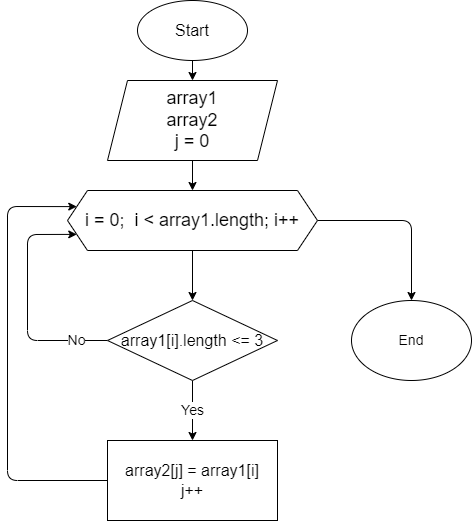
Earlier version of the draw.io export FinalSort.drawio.png (Pythoncheg/FinalWork). Source tidied: cells renumbered, new cells last; positions are measured from the earlier drawing's top-left corner, leaving out a move shared by most shapes.
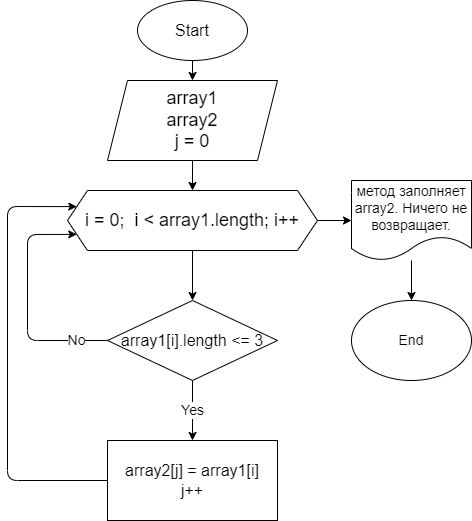
After the commit.

Commit message:
Финальные правки. Решил задачу

Change to the diagram source:
```diff
@@ -17,13 +17,9 @@
     <mxCell id="6" style="edgeStyle=none;html=1;fontSize=18;" parent="1" edge="1" source="8" target="11">
       <mxGeometry relative="1" as="geometry" />
     </mxCell>
-    <mxCell id="7" style="edgeStyle=none;html=1;exitX=1;exitY=0.5;exitDx=0;exitDy=0;entryX=0.5;entryY=0;entryDx=0;entryDy=0;fontSize=14;" parent="1" edge="1" source="8" target="14">
-      <mxGeometry relative="1" as="geometry">
-        <Array as="points">
-          <mxPoint x="404" y="220" />
-        </Array>
-      </mxGeometry>
-    </mxCell>
+    <mxCell id="15" style="edgeStyle=none;html=1;fontSize=14;" parent="1" edge="1" source="8" target="17">
+      <mxGeometry relative="1" as="geometry" />
+    </mxCell>
     <mxCell id="8" value="&lt;font style=&quot;font-size: 18px&quot;&gt;i = 0;&amp;nbsp; i &amp;lt; array1.length; i++&lt;/font&gt;" style="shape=hexagon;perimeter=hexagonPerimeter2;whiteSpace=wrap;html=1;fixedSize=1;" parent="1" vertex="1">
       <mxGeometry x="60" y="190" width="250" height="60" as="geometry" />
     </mxCell>
@@ -55,5 +51,11 @@
     <mxCell id="14" value="End" style="ellipse;whiteSpace=wrap;html=1;fontSize=14;" parent="1" vertex="1">
       <mxGeometry x="344" y="300" width="120" height="80" as="geometry" />
     </mxCell>
+    <mxCell id="16" style="edgeStyle=none;html=1;fontSize=14;" parent="1" edge="1" source="17" target="14">
+      <mxGeometry relative="1" as="geometry" />
+    </mxCell>
+    <mxCell id="17" value="&lt;font style=&quot;font-size: 14px&quot;&gt;метод заполняет array2. Ничего не возвращает.&lt;/font&gt;" style="shape=document;whiteSpace=wrap;html=1;boundedLbl=1;" parent="1" vertex="1">
+      <mxGeometry x="344" y="180" width="120" height="80" as="geometry" />
+    </mxCell>
   </root>
 </mxGraphModel>
```
